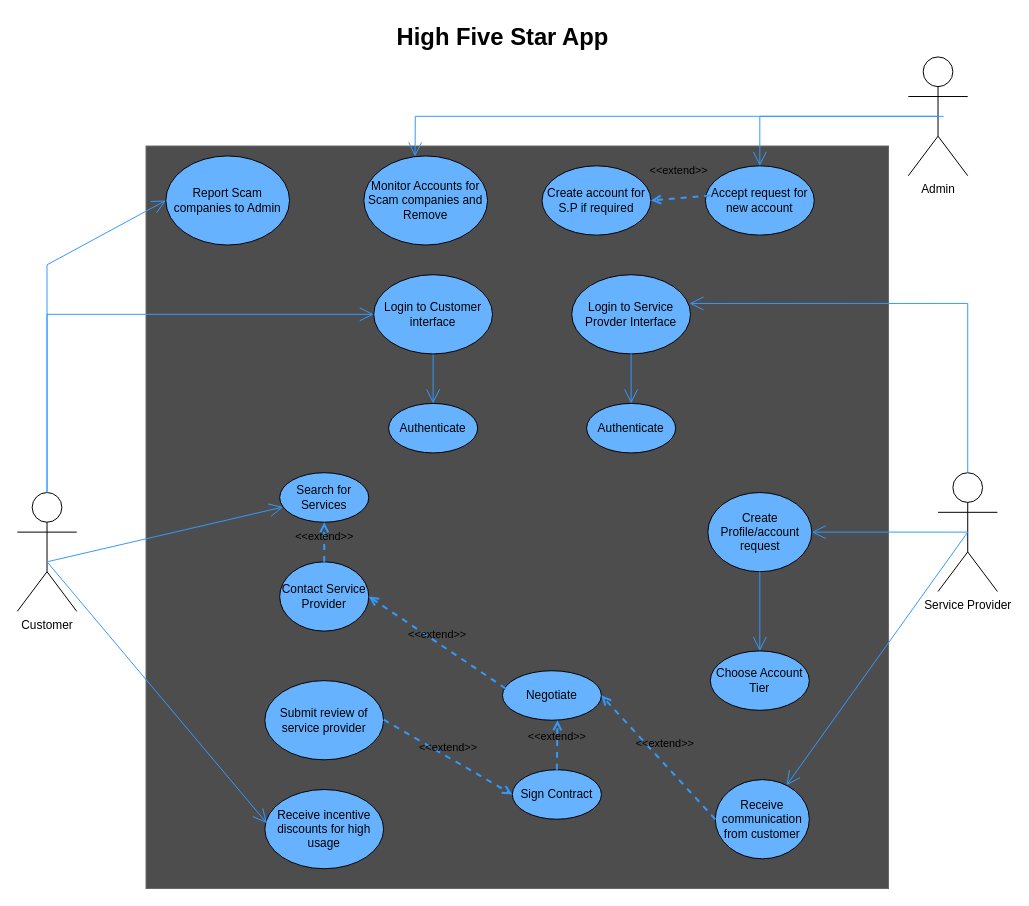
schurch82/High-Five-Star keeps this draw.io diagram as AppUseCaseDiagram.drawio. Above is the earlier version. Source tidied: cells renumbered, new cells numbered last; positions are measured from the earlier drawing's top-left corner, leaving out a move shared by most shapes. Both pictures are drawn from the tidied source at 99%, with x=0, y=0 at pixel (17, 17).
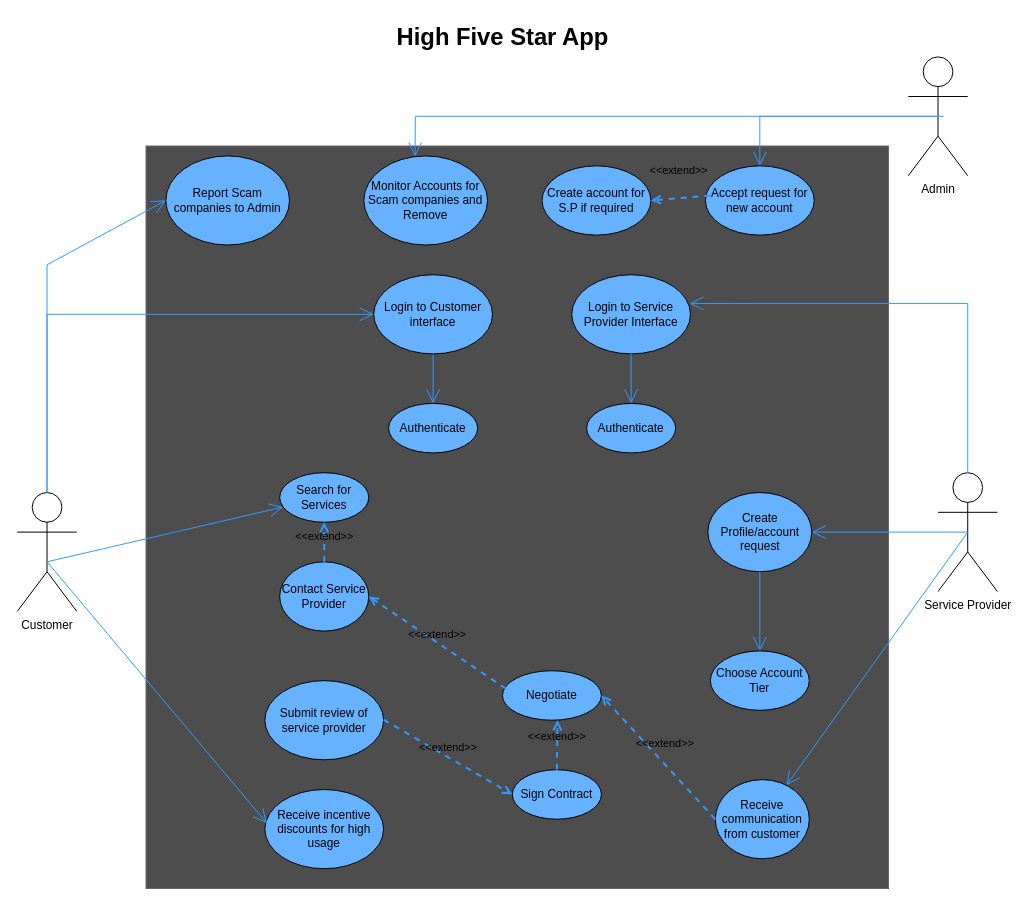
The same diagram, later.

Change to the diagram source:
```diff
@@
-    <mxCell id="28" value="Login to Service Provder Interface" style="ellipse;whiteSpace=wrap;html=1;fillColor=#66B2FF;" parent="1" vertex="1">
+    <mxCell id="28" value="Login to Service Provider Interface" style="ellipse;whiteSpace=wrap;html=1;fillColor=#66B2FF;" parent="1" vertex="1">
       <mxGeometry x="560" y="260" width="120" height="80" as="geometry" />
     </mxCell>
```
